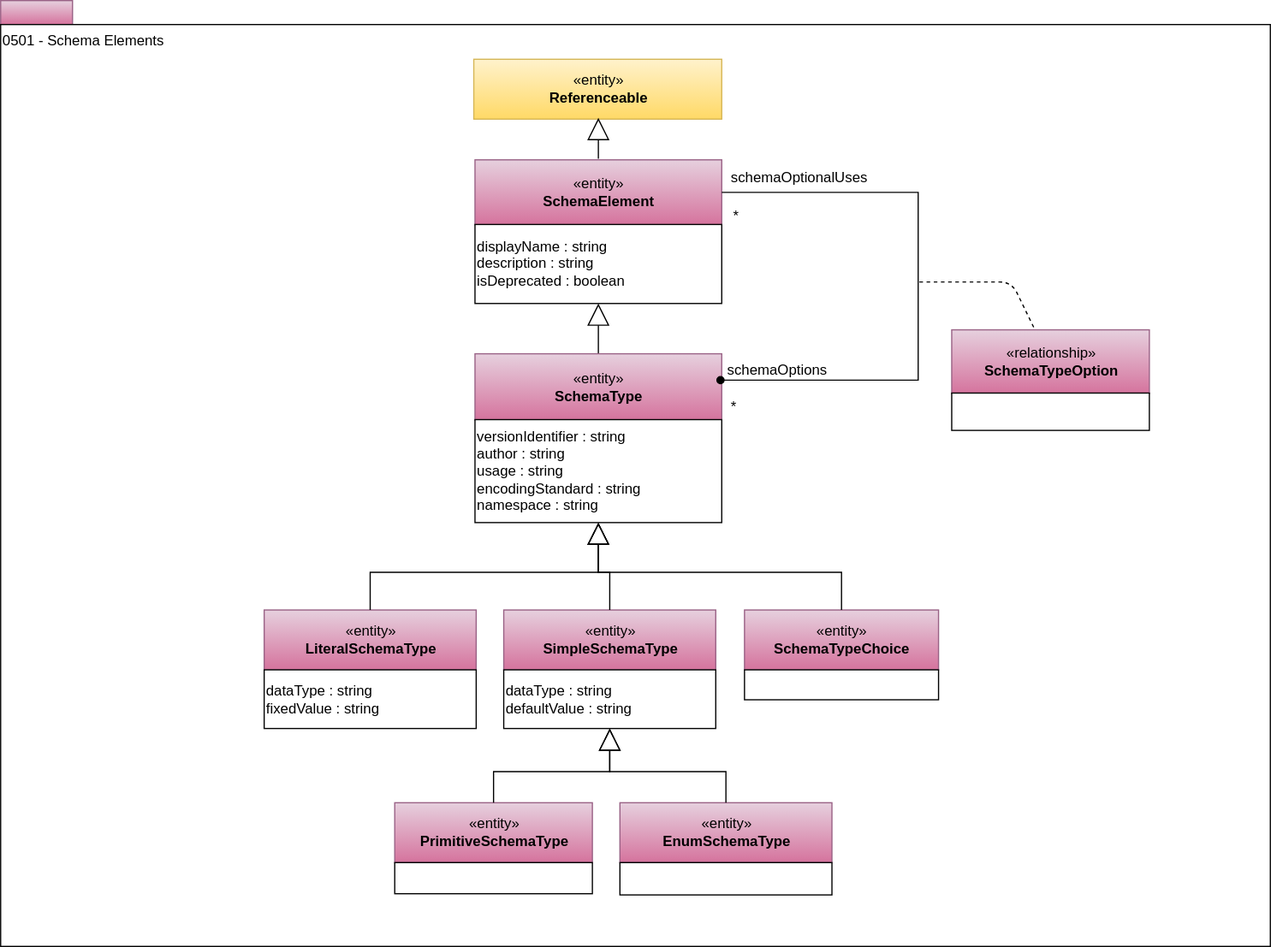
Above: site/docs/types/5/0501-Schema-Elements.svg in odpi/egeria-docs (draw.io), before the change. Source tidied: cells renumbered, new cells last; positions are measured from the earlier drawing's top-left corner, leaving out a move shared by most shapes.
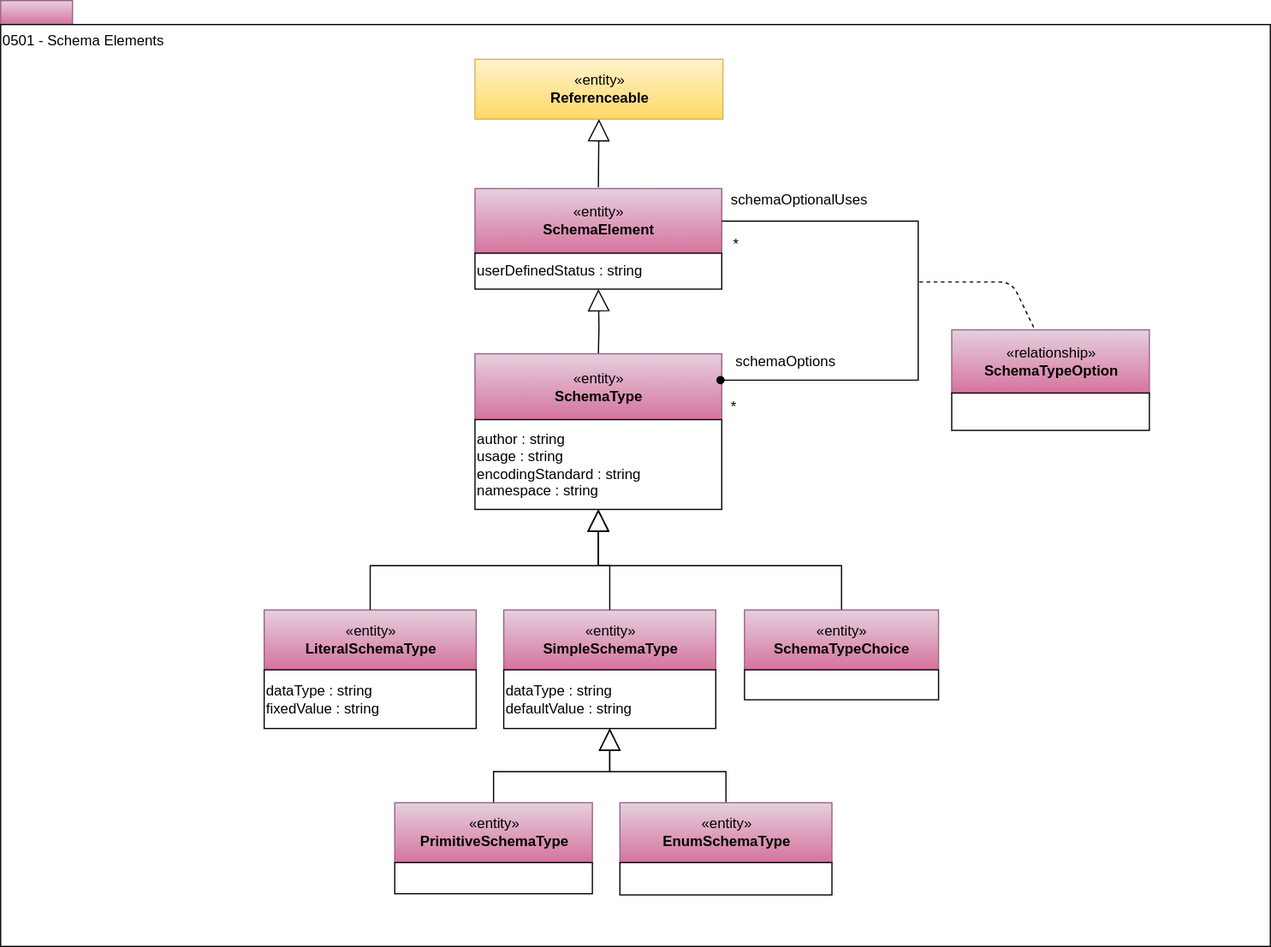
The same diagram one commit later.

Diff of the diagram source:
```diff
@@ -9,127 +9,117 @@
       <mxGeometry y="20" width="1060" height="770" as="geometry" />
     </mxCell>
     <mxCell id="4" value="«entity»&lt;br&gt;&lt;b&gt;Referenceable&lt;/b&gt;" style="html=1;strokeColor=#d6b656;align=center;fillColor=#fff2cc;gradientColor=#ffd966;" parent="1" vertex="1">
-      <mxGeometry x="395" y="49" width="207" height="50" as="geometry" />
+      <mxGeometry x="396" y="49" width="207" height="50" as="geometry" />
     </mxCell>
-    <mxCell id="5" style="edgeStyle=orthogonalEdgeStyle;rounded=0;orthogonalLoop=1;jettySize=auto;html=1;exitX=0.5;exitY=0;exitDx=0;exitDy=0;startSize=6;endArrow=block;endFill=0;endSize=16;" parent="1" edge="1">
+    <mxCell id="5" style="edgeStyle=orthogonalEdgeStyle;rounded=0;jettySize=auto;html=1;exitX=0.5;exitY=0;exitDx=0;exitDy=0;startSize=6;endArrow=block;endFill=0;endSize=16;entryX=0.5;entryY=1;entryDx=0;entryDy=0;" parent="1" edge="1" target="4">
       <mxGeometry relative="1" as="geometry">
-        <mxPoint x="499" y="132" as="sourcePoint" />
-        <mxPoint x="499" y="98" as="targetPoint" />
+        <mxPoint x="499" y="156" as="sourcePoint" />
       </mxGeometry>
     </mxCell>
-    <mxCell id="6" style="edgeStyle=orthogonalEdgeStyle;rounded=0;jettySize=auto;html=1;startSize=6;endArrow=block;endFill=0;endSize=16;entryX=0.5;entryY=1;entryDx=0;entryDy=0;" parent="1" edge="1" target="38">
+    <mxCell id="6" style="edgeStyle=orthogonalEdgeStyle;rounded=0;jettySize=auto;html=1;startSize=6;endArrow=block;endFill=0;endSize=16;entryX=0.5;entryY=1;entryDx=0;entryDy=0;" parent="1" edge="1" target="29">
       <mxGeometry relative="1" as="geometry">
         <mxPoint x="499" y="296" as="sourcePoint" />
       </mxGeometry>
     </mxCell>
-    <mxCell id="7" style="group;" parent="1" vertex="1">
-      <mxGeometry x="621" y="509" width="162" height="99" as="geometry" />
+    <mxCell id="7" style="edgeStyle=orthogonalEdgeStyle;rounded=0;jettySize=auto;html=1;exitX=0.5;exitY=0;exitDx=0;exitDy=0;startSize=6;endArrow=block;endFill=0;endSize=16;entryX=0.5;entryY=1;entryDx=0;entryDy=0;" parent="1" edge="1" source="31" target="27">
+      <mxGeometry relative="1" as="geometry" />
     </mxCell>
-    <mxCell id="8" value="«entity»&lt;br&gt;&lt;b&gt;SchemaTypeChoice&lt;/b&gt;" style="html=1;strokeColor=#996185;align=center;fillColor=#e6d0de;gradientColor=#d5739d;" parent="7" vertex="1">
-      <mxGeometry width="162" height="50" as="geometry" />
+    <mxCell id="8" value="schemaOptions" style="text;html=1;points=[];align=left;verticalAlign=top;spacingTop=-4;" parent="1" vertex="1">
+      <mxGeometry x="612" y="292" width="93" height="14" as="geometry" />
     </mxCell>
-    <mxCell id="9" value="&lt;br&gt;&lt;div style=&quot;text-align: left&quot;&gt;&lt;/div&gt;" style="rounded=0;whiteSpace=wrap;html=1;strokeColor=#000000;gradientColor=#ffffff;align=left;" parent="7" vertex="1">
-      <mxGeometry y="50" width="162" height="25" as="geometry" />
+    <mxCell id="9" value="*" style="text;html=1;align=left;verticalAlign=top;spacingTop=-4;" parent="1" vertex="1">
+      <mxGeometry x="608" y="330" width="15" height="14" as="geometry" />
     </mxCell>
-    <mxCell id="10" style="edgeStyle=orthogonalEdgeStyle;rounded=0;jettySize=auto;html=1;exitX=0.5;exitY=0;exitDx=0;exitDy=0;startSize=6;endArrow=block;endFill=0;endSize=16;entryX=0.5;entryY=1;entryDx=0;entryDy=0;" parent="1" edge="1" source="8" target="36">
-      <mxGeometry relative="1" as="geometry" />
+    <mxCell id="10" value="schemaOptionalUses" style="text;html=1;align=left;verticalAlign=top;spacingTop=-4;" parent="1" vertex="1">
+      <mxGeometry x="608" y="157" width="124" height="14" as="geometry" />
     </mxCell>
-    <mxCell id="11" value="schemaOptions" style="text;html=1;align=left;verticalAlign=top;spacingTop=-4;" parent="1" vertex="1">
-      <mxGeometry x="605" y="299" width="93" height="14" as="geometry" />
+    <mxCell id="11" value="*" style="text;html=1;align=left;verticalAlign=top;spacingTop=-4;" parent="1" vertex="1">
+      <mxGeometry x="610" y="194" width="15" height="14" as="geometry" />
     </mxCell>
-    <mxCell id="12" value="*" style="text;html=1;align=left;verticalAlign=top;spacingTop=-4;" parent="1" vertex="1">
-      <mxGeometry x="608" y="330" width="15" height="14" as="geometry" />
+    <mxCell id="12" style="endArrow=none;dashed=1;html=1;" parent="1" edge="1" target="14">
+      <mxGeometry relative="1" as="geometry">
+        <mxPoint x="767" y="235" as="sourcePoint" />
+        <Array as="points">
+          <mxPoint x="844" y="235" />
+        </Array>
+      </mxGeometry>
     </mxCell>
-    <mxCell id="13" value="schemaOptionalUses" style="text;html=1;align=left;verticalAlign=top;spacingTop=-4;" parent="1" vertex="1">
-      <mxGeometry x="608" y="138" width="124" height="14" as="geometry" />
+    <mxCell id="13" style="group;" parent="1" vertex="1">
+      <mxGeometry x="794" y="275" width="165" height="84" as="geometry" />
     </mxCell>
-    <mxCell id="14" value="*" style="text;html=1;points=[];align=left;verticalAlign=top;spacingTop=-4;" parent="1" vertex="1">
-      <mxGeometry x="610" y="170" width="15" height="14" as="geometry" />
+    <mxCell id="14" value="«relationship»&lt;br&gt;&lt;b&gt;SchemaTypeOption&lt;/b&gt;" style="html=1;strokeColor=#996185;align=center;fillColor=#e6d0de;gradientColor=#d5739d;" parent="13" vertex="1">
+      <mxGeometry width="165" height="53.3" as="geometry" />
     </mxCell>
-    <mxCell id="15" style="endArrow=none;dashed=1;html=1;" parent="1" edge="1" target="17">
-      <mxGeometry relative="1" as="geometry">
-        <mxPoint x="767" y="235" as="sourcePoint" />
-        <Array as="points">
-          <mxPoint x="844" y="235" />
-        </Array>
-      </mxGeometry>
+    <mxCell id="15" style="rounded=0;whiteSpace=wrap;html=1;strokeColor=#000000;align=left;fillColor=#ffffff;" parent="13" vertex="1">
+      <mxGeometry y="52.8" width="165" height="31.2" as="geometry" />
     </mxCell>
     <mxCell id="16" style="group;" parent="1" vertex="1">
-      <mxGeometry x="794" y="275" width="165" height="84" as="geometry" />
+      <mxGeometry x="420" y="509" width="177" height="99" as="geometry" />
     </mxCell>
-    <mxCell id="17" value="«relationship»&lt;br&gt;&lt;b&gt;SchemaTypeOption&lt;/b&gt;" style="html=1;strokeColor=#996185;align=center;fillColor=#e6d0de;gradientColor=#d5739d;" parent="16" vertex="1">
-      <mxGeometry width="165" height="53.3" as="geometry" />
+    <mxCell id="17" value="«entity»&lt;br&gt;&lt;b&gt;SimpleSchemaType&lt;/b&gt;" style="html=1;strokeColor=#996185;align=center;fillColor=#e6d0de;gradientColor=#d5739d;" parent="16" vertex="1">
+      <mxGeometry width="177" height="50" as="geometry" />
     </mxCell>
-    <mxCell id="18" style="rounded=0;whiteSpace=wrap;html=1;strokeColor=#000000;align=left;fillColor=#ffffff;" parent="16" vertex="1">
-      <mxGeometry y="52.8" width="165" height="31.2" as="geometry" />
+    <mxCell id="18" value="dataType : string&lt;br&gt;defaultValue : string&lt;br&gt;&lt;div style=&quot;text-align: left&quot;&gt;&lt;/div&gt;" style="rounded=0;whiteSpace=wrap;html=1;strokeColor=#000000;gradientColor=#ffffff;align=left;" parent="16" vertex="1">
+      <mxGeometry y="50" width="177" height="49" as="geometry" />
     </mxCell>
-    <mxCell id="19" style="group;" parent="1" vertex="1">
-      <mxGeometry x="420" y="509" width="177" height="99" as="geometry" />
+    <mxCell id="19" style="edgeStyle=orthogonalEdgeStyle;rounded=0;jettySize=auto;html=1;exitX=0.5;exitY=0;exitDx=0;exitDy=0;startSize=6;endArrow=block;endFill=0;endSize=16;entryX=0.5;entryY=1;entryDx=0;entryDy=0;" parent="1" edge="1" source="17" target="27">
+      <mxGeometry relative="1" as="geometry" />
     </mxCell>
-    <mxCell id="20" value="«entity»&lt;br&gt;&lt;b&gt;SimpleSchemaType&lt;/b&gt;" style="html=1;strokeColor=#996185;align=center;fillColor=#e6d0de;gradientColor=#d5739d;" parent="19" vertex="1">
-      <mxGeometry width="177" height="50" as="geometry" />
+    <mxCell id="20" style="group;" parent="1" vertex="1">
+      <mxGeometry x="220" y="509" width="177" height="99" as="geometry" />
     </mxCell>
-    <mxCell id="21" value="dataType : string&lt;br&gt;defaultValue : string&lt;br&gt;&lt;div style=&quot;text-align: left&quot;&gt;&lt;/div&gt;" style="rounded=0;whiteSpace=wrap;html=1;strokeColor=#000000;gradientColor=#ffffff;align=left;" parent="19" vertex="1">
-      <mxGeometry y="50" width="177" height="49" as="geometry" />
+    <mxCell id="21" value="«entity»&lt;br&gt;&lt;b&gt;LiteralSchemaType&lt;/b&gt;" style="html=1;strokeColor=#996185;align=center;fillColor=#e6d0de;gradientColor=#d5739d;" parent="20" vertex="1">
+      <mxGeometry width="177" height="50" as="geometry" />
     </mxCell>
-    <mxCell id="22" style="edgeStyle=orthogonalEdgeStyle;rounded=0;jettySize=auto;html=1;exitX=0.5;exitY=0;exitDx=0;exitDy=0;startSize=6;endArrow=block;endFill=0;endSize=16;entryX=0.5;entryY=1;entryDx=0;entryDy=0;" parent="1" edge="1" source="20" target="36">
-      <mxGeometry relative="1" as="geometry" />
+    <mxCell id="22" value="dataType : string&lt;br&gt;fixedValue : string&lt;br&gt;&lt;div style=&quot;text-align: left&quot;&gt;&lt;/div&gt;" style="rounded=0;whiteSpace=wrap;html=1;strokeColor=#000000;gradientColor=#ffffff;align=left;" parent="20" vertex="1">
+      <mxGeometry y="50" width="177" height="49" as="geometry" />
     </mxCell>
-    <mxCell id="23" style="group;" parent="1" vertex="1">
-      <mxGeometry x="220" y="509" width="177" height="99" as="geometry" />
+    <mxCell id="23" style="edgeStyle=orthogonalEdgeStyle;rounded=0;jettySize=auto;html=1;exitX=0.5;exitY=0;exitDx=0;exitDy=0;startSize=6;endArrow=block;endFill=0;endSize=16;" parent="1" edge="1" source="21" target="27">
+      <mxGeometry relative="1" as="geometry" />
     </mxCell>
-    <mxCell id="24" value="«entity»&lt;br&gt;&lt;b&gt;LiteralSchemaType&lt;/b&gt;" style="html=1;strokeColor=#996185;align=center;fillColor=#e6d0de;gradientColor=#d5739d;" parent="23" vertex="1">
-      <mxGeometry width="177" height="50" as="geometry" />
+    <mxCell id="24" style="edgeStyle=orthogonalEdgeStyle;rounded=0;jettySize=auto;html=1;exitX=0.5;exitY=0;exitDx=0;exitDy=0;startSize=6;endArrow=block;endFill=0;endSize=16;" parent="1" edge="1" source="35" target="18">
+      <mxGeometry relative="1" as="geometry" />
     </mxCell>
-    <mxCell id="25" value="dataType : string&lt;br&gt;fixedValue : string&lt;br&gt;&lt;div style=&quot;text-align: left&quot;&gt;&lt;/div&gt;" style="rounded=0;whiteSpace=wrap;html=1;strokeColor=#000000;gradientColor=#ffffff;align=left;" parent="23" vertex="1">
-      <mxGeometry y="50" width="177" height="49" as="geometry" />
+    <mxCell id="25" style="edgeStyle=orthogonalEdgeStyle;rounded=0;jettySize=auto;html=1;exitX=0.5;exitY=0;exitDx=0;exitDy=0;startSize=6;endArrow=block;endFill=0;endSize=16;entryX=0.5;entryY=1;entryDx=0;entryDy=0;" parent="1" edge="1" source="33" target="18">
+      <mxGeometry relative="1" as="geometry" />
     </mxCell>
-    <mxCell id="26" style="edgeStyle=orthogonalEdgeStyle;rounded=0;jettySize=auto;html=1;exitX=0.5;exitY=0;exitDx=0;exitDy=0;startSize=6;endArrow=block;endFill=0;endSize=16;" parent="1" edge="1" source="24" target="36">
-      <mxGeometry relative="1" as="geometry" />
+    <mxCell id="26" value="«entity»&lt;br&gt;&lt;b&gt;SchemaType&lt;/b&gt;" style="html=1;strokeColor=#996185;align=center;fillColor=#e6d0de;gradientColor=#d5739d;" parent="1" vertex="1">
+      <mxGeometry x="396" y="295" width="206" height="55.4" as="geometry" />
     </mxCell>
-    <mxCell id="27" style="group;" parent="1" vertex="1">
-      <mxGeometry x="329" y="670" width="165" height="99" as="geometry" />
+    <mxCell id="27" value="author : string&lt;br&gt;usage : string&lt;br&gt;encodingStandard : string&lt;br&gt;namespace : string&lt;br&gt;&lt;div style=&quot;text-align: left&quot;&gt;&lt;/div&gt;" style="rounded=0;whiteSpace=wrap;html=1;strokeColor=#000000;gradientColor=#ffffff;align=left;" parent="1" vertex="1">
+      <mxGeometry x="396" y="350" width="206" height="75" as="geometry" />
     </mxCell>
-    <mxCell id="28" value="«entity»&lt;br&gt;&lt;b&gt;PrimitiveSchemaType&lt;/b&gt;" style="html=1;strokeColor=#996185;align=center;fillColor=#e6d0de;gradientColor=#d5739d;" parent="27" vertex="1">
-      <mxGeometry width="165" height="50" as="geometry" />
+    <mxCell id="28" value="«entity»&lt;br&gt;&lt;b&gt;SchemaElement&lt;/b&gt;" style="html=1;strokeColor=#996185;align=center;fillColor=#e6d0de;gradientColor=#d5739d;" parent="1" vertex="1">
+      <mxGeometry x="396" y="157" width="206" height="54.3" as="geometry" />
     </mxCell>
-    <mxCell id="29" value="&lt;br&gt;&lt;div style=&quot;text-align: left&quot;&gt;&lt;/div&gt;" style="rounded=0;whiteSpace=wrap;html=1;strokeColor=#000000;gradientColor=#ffffff;align=left;" parent="27" vertex="1">
-      <mxGeometry y="50" width="165" height="26" as="geometry" />
+    <mxCell id="29" value="userDefinedStatus : string" style="rounded=0;whiteSpace=wrap;html=1;strokeColor=#000000;gradientColor=#ffffff;align=left;" parent="1" vertex="1">
+      <mxGeometry x="396" y="211" width="206" height="30" as="geometry" />
     </mxCell>
-    <mxCell id="30" style="edgeStyle=orthogonalEdgeStyle;rounded=0;jettySize=auto;html=1;exitX=0.5;exitY=0;exitDx=0;exitDy=0;startSize=6;endArrow=block;endFill=0;endSize=16;" parent="1" edge="1" source="28" target="21">
-      <mxGeometry relative="1" as="geometry" />
+    <mxCell id="30" style="edgeStyle=orthogonalEdgeStyle;rounded=0;jettySize=auto;html=1;exitX=1;exitY=0.5;exitDx=0;exitDy=0;entryX=0.995;entryY=0.397;entryDx=0;entryDy=0;endArrow=oval;endFill=1;entryPerimeter=0;" parent="1" edge="1" source="28" target="26">
+      <mxGeometry relative="1" as="geometry">
+        <Array as="points">
+          <mxPoint x="766" y="184" />
+          <mxPoint x="766" y="317" />
+        </Array>
+      </mxGeometry>
     </mxCell>
-    <mxCell id="31" style="group;" parent="1" vertex="1">
-      <mxGeometry x="517" y="670" width="177" height="99" as="geometry" />
+    <mxCell id="31" value="«entity»&lt;br&gt;&lt;b&gt;SchemaTypeChoice&lt;/b&gt;" style="html=1;strokeColor=#996185;align=center;fillColor=#e6d0de;gradientColor=#d5739d;" parent="1" vertex="1">
+      <mxGeometry x="621" y="509" width="162" height="50" as="geometry" />
     </mxCell>
-    <mxCell id="32" value="«entity»&lt;br&gt;&lt;b&gt;EnumSchemaType&lt;/b&gt;" style="html=1;strokeColor=#996185;align=center;fillColor=#e6d0de;gradientColor=#d5739d;" parent="31" vertex="1">
-      <mxGeometry width="177" height="50" as="geometry" />
+    <mxCell id="32" value="&lt;br&gt;&lt;div style=&quot;text-align: left&quot;&gt;&lt;/div&gt;" style="rounded=0;whiteSpace=wrap;html=1;strokeColor=#000000;gradientColor=#ffffff;align=left;" parent="1" vertex="1">
+      <mxGeometry x="621" y="559" width="162" height="25" as="geometry" />
     </mxCell>
-    <mxCell id="33" value="&lt;br&gt;&lt;div style=&quot;text-align: left&quot;&gt;&lt;/div&gt;" style="rounded=0;whiteSpace=wrap;html=1;strokeColor=#000000;gradientColor=#ffffff;align=left;" parent="31" vertex="1">
-      <mxGeometry y="50" width="177" height="27" as="geometry" />
+    <mxCell id="33" value="«entity»&lt;br&gt;&lt;b&gt;EnumSchemaType&lt;/b&gt;" style="html=1;strokeColor=#996185;align=center;fillColor=#e6d0de;gradientColor=#d5739d;" parent="1" vertex="1">
+      <mxGeometry x="517" y="670" width="177" height="50" as="geometry" />
     </mxCell>
-    <mxCell id="34" style="edgeStyle=orthogonalEdgeStyle;rounded=0;jettySize=auto;html=1;exitX=0.5;exitY=0;exitDx=0;exitDy=0;startSize=6;endArrow=block;endFill=0;endSize=16;entryX=0.5;entryY=1;entryDx=0;entryDy=0;" parent="1" edge="1" source="32" target="21">
-      <mxGeometry relative="1" as="geometry" />
+    <mxCell id="34" value="&lt;br&gt;&lt;div style=&quot;text-align: left&quot;&gt;&lt;/div&gt;" style="rounded=0;whiteSpace=wrap;html=1;strokeColor=#000000;gradientColor=#ffffff;align=left;" parent="1" vertex="1">
+      <mxGeometry x="517" y="720" width="177" height="27" as="geometry" />
     </mxCell>
-    <mxCell id="35" value="«entity»&lt;br&gt;&lt;b&gt;SchemaType&lt;/b&gt;" style="html=1;strokeColor=#996185;align=center;fillColor=#e6d0de;gradientColor=#d5739d;" parent="1" vertex="1">
-      <mxGeometry x="396" y="295" width="206" height="55.4" as="geometry" />
+    <mxCell id="35" value="«entity»&lt;br&gt;&lt;b&gt;PrimitiveSchemaType&lt;/b&gt;" style="html=1;strokeColor=#996185;align=center;fillColor=#e6d0de;gradientColor=#d5739d;" parent="1" vertex="1">
+      <mxGeometry x="329" y="670" width="165" height="50" as="geometry" />
     </mxCell>
-    <mxCell id="36" value="versionIdentifier : string&lt;br&gt;author : string&lt;br&gt;usage : string&lt;br&gt;encodingStandard : string&lt;br&gt;namespace : string&lt;br&gt;&lt;div style=&quot;text-align: left&quot;&gt;&lt;/div&gt;" style="rounded=0;whiteSpace=wrap;html=1;strokeColor=#000000;gradientColor=#ffffff;align=left;" parent="1" vertex="1">
-      <mxGeometry x="396" y="350" width="206" height="86" as="geometry" />
+    <mxCell id="36" value="&lt;br&gt;&lt;div style=&quot;text-align: left&quot;&gt;&lt;/div&gt;" style="rounded=0;whiteSpace=wrap;html=1;strokeColor=#000000;gradientColor=#ffffff;align=left;" parent="1" vertex="1">
+      <mxGeometry x="329" y="720" width="165" height="26" as="geometry" />
     </mxCell>
-    <mxCell id="37" value="«entity»&lt;br&gt;&lt;b&gt;SchemaElement&lt;/b&gt;" style="html=1;strokeColor=#996185;align=center;fillColor=#e6d0de;gradientColor=#d5739d;" parent="1" vertex="1">
-      <mxGeometry x="396" y="133" width="206" height="54.3" as="geometry" />
-    </mxCell>
-    <mxCell id="38" value="displayName : string&lt;br&gt;description : string&lt;br&gt;isDeprecated : boolean" style="rounded=0;whiteSpace=wrap;html=1;strokeColor=#000000;gradientColor=#ffffff;align=left;" parent="1" vertex="1">
-      <mxGeometry x="396" y="187" width="206" height="66" as="geometry" />
-    </mxCell>
-    <mxCell id="39" style="edgeStyle=orthogonalEdgeStyle;rounded=0;jettySize=auto;html=1;exitX=1;exitY=0.5;exitDx=0;exitDy=0;entryX=0.995;entryY=0.397;entryDx=0;entryDy=0;endArrow=oval;endFill=1;entryPerimeter=0;" parent="1" edge="1" source="37" target="35">
-      <mxGeometry relative="1" as="geometry">
-        <Array as="points">
-          <mxPoint x="766" y="160" />
-          <mxPoint x="766" y="317" />
-        </Array>
-      </mxGeometry>
-    </mxCell>
   </root>
 </mxGraphModel>
```
